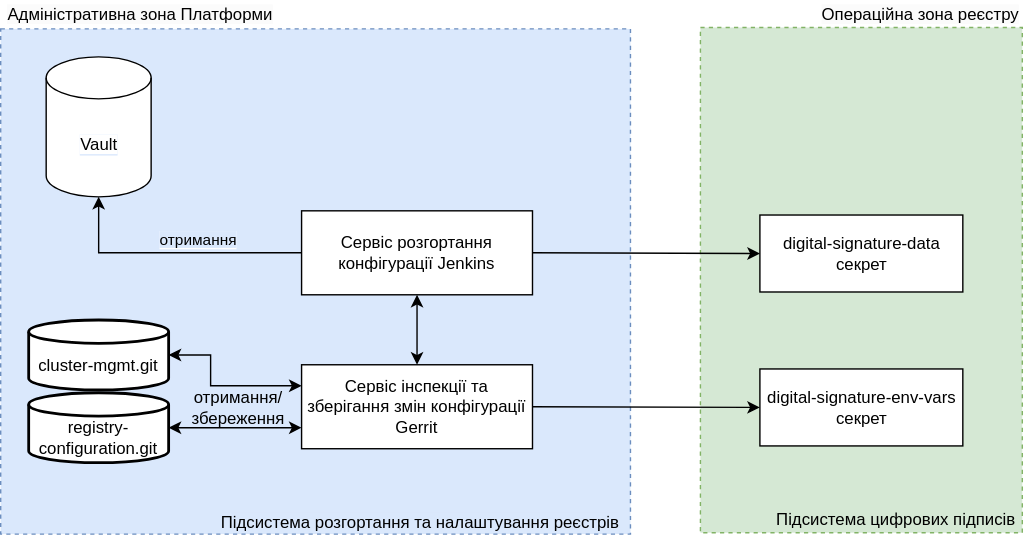
The draw.io diagram docs/en/modules/arch/images/architecture/platform/administrative/config-management/keys-update-config.svg in epam/edp-ddm-architecture, before a commit. Source tidied: cells renumbered, new cells last; positions are measured from the earlier drawing's top-left corner, leaving out a move shared by most shapes. Its diagram source:
```xml
<mxGraphModel>
  <root>
    <mxCell id="0" />
    <mxCell id="1" parent="0" />
    <mxCell id="2" style="rounded=0;whiteSpace=wrap;html=1;fillColor=#d5e8d4;strokeColor=#82b366;dashed=1;" parent="1" vertex="1">
      <mxGeometry x="500" y="19" width="230" height="361" as="geometry" />
    </mxCell>
    <mxCell id="3" style="rounded=0;whiteSpace=wrap;html=1;fillColor=#dae8fc;strokeColor=#6c8ebf;dashed=1;" parent="1" vertex="1">
      <mxGeometry y="20" width="450" height="361" as="geometry" />
    </mxCell>
    <mxCell id="4" value="&lt;br&gt;cluster-mgmt.git" style="strokeWidth=2;html=1;shape=mxgraph.flowchart.database;whiteSpace=wrap;" parent="1" vertex="1">
      <mxGeometry x="20" y="228" width="100" height="50" as="geometry" />
    </mxCell>
    <mxCell id="5" value="&lt;br&gt;registry-configuration.git" style="strokeWidth=2;html=1;shape=mxgraph.flowchart.database;whiteSpace=wrap;" parent="1" vertex="1">
      <mxGeometry x="20" y="280" width="100" height="50" as="geometry" />
    </mxCell>
    <mxCell id="6" value="&lt;span style=&quot;color: rgb(0, 0, 0); font-family: Helvetica; font-size: 12px; font-style: normal; font-variant-ligatures: normal; font-variant-caps: normal; font-weight: 400; letter-spacing: normal; orphans: 2; text-align: center; text-indent: 0px; text-transform: none; widows: 2; word-spacing: 0px; -webkit-text-stroke-width: 0px; text-decoration-thickness: initial; text-decoration-style: initial; text-decoration-color: initial; float: none; display: inline !important; background-color: rgb(218, 232, 252);&quot;&gt;Підсистема розгортання та налаштування реєстрів&lt;/span&gt;" style="text;html=1;strokeColor=none;fillColor=none;align=center;verticalAlign=middle;whiteSpace=wrap;rounded=0;" parent="1" vertex="1">
      <mxGeometry x="150" y="365" width="300" height="16" as="geometry" />
    </mxCell>
    <mxCell id="7" value="Сервіс інспекції та зберігання змін конфігурації Gerrit" style="rounded=0;whiteSpace=wrap;html=1;" parent="1" vertex="1">
      <mxGeometry x="215" y="260" width="165" height="60" as="geometry" />
    </mxCell>
    <mxCell id="8" value="отримання/&lt;br&gt;збереження" style="text;html=1;strokeColor=none;fillColor=none;align=center;verticalAlign=middle;whiteSpace=wrap;rounded=0;" parent="1" vertex="1">
      <mxGeometry x="140" y="275.5" width="60" height="30" as="geometry" />
    </mxCell>
    <mxCell id="9" value="Сервіс розгортання конфігурації Jenkins" style="rounded=0;whiteSpace=wrap;html=1;" parent="1" vertex="1">
      <mxGeometry x="215" y="150" width="165" height="60" as="geometry" />
    </mxCell>
    <mxCell id="10" value="&lt;meta charset=&quot;utf-8&quot;&gt;&lt;span style=&quot;color: rgb(0, 0, 0); font-family: Helvetica; font-size: 12px; font-style: normal; font-variant-ligatures: normal; font-variant-caps: normal; font-weight: 400; letter-spacing: normal; orphans: 2; text-align: center; text-indent: 0px; text-transform: none; widows: 2; word-spacing: 0px; -webkit-text-stroke-width: 0px; background-color: rgb(251, 251, 251); text-decoration-thickness: initial; text-decoration-style: initial; text-decoration-color: initial; float: none; display: inline !important;&quot;&gt;Адміністративна зона Платформи&lt;/span&gt;" style="text;html=1;strokeColor=none;fillColor=none;align=center;verticalAlign=middle;whiteSpace=wrap;rounded=0;" parent="1" vertex="1">
      <mxGeometry width="200" height="19" as="geometry" />
    </mxCell>
    <mxCell id="11" value="&lt;span style=&quot;color: rgb(0, 0, 0); font-family: Helvetica; font-size: 12px; font-style: normal; font-variant-ligatures: normal; font-variant-caps: normal; font-weight: 400; letter-spacing: normal; orphans: 2; text-align: center; text-indent: 0px; text-transform: none; widows: 2; word-spacing: 0px; -webkit-text-stroke-width: 0px; background-color: rgb(251, 251, 251); text-decoration-thickness: initial; text-decoration-style: initial; text-decoration-color: initial; float: none; display: inline !important;&quot;&gt;Операційна зона реєстру&lt;/span&gt;" style="text;html=1;strokeColor=none;fillColor=none;align=center;verticalAlign=middle;whiteSpace=wrap;rounded=0;" parent="1" vertex="1">
      <mxGeometry x="585" width="145" height="19" as="geometry" />
    </mxCell>
    <mxCell id="12" value="&lt;span style=&quot;background-color: rgb(255, 255, 255);&quot;&gt;Vault&lt;/span&gt;" style="shape=cylinder3;whiteSpace=wrap;html=1;boundedLbl=1;backgroundOutline=1;size=15;labelBackgroundColor=#DAE8FC;" parent="1" vertex="1">
      <mxGeometry x="32.5" y="40" width="75" height="100" as="geometry" />
    </mxCell>
    <mxCell id="13" style="endArrow=classic;html=1;rounded=0;exitX=0;exitY=0.5;exitDx=0;exitDy=0;entryX=0.5;entryY=1;entryDx=0;entryDy=0;entryPerimeter=0;" parent="1" edge="1" source="9" target="12">
      <mxGeometry relative="1" as="geometry">
        <Array as="points">
          <mxPoint x="70" y="180" />
        </Array>
      </mxGeometry>
    </mxCell>
    <mxCell id="14" value="&lt;span style=&quot;background-color: rgb(218, 232, 252);&quot;&gt;отримання&lt;/span&gt;" style="edgeLabel;html=1;align=center;verticalAlign=middle;" parent="13" vertex="1">
      <mxGeometry x="0.18" relative="1" as="geometry">
        <mxPoint x="34" y="-10" as="offset" />
      </mxGeometry>
    </mxCell>
    <mxCell id="15" value="Підсистема цифрових підписів" style="text;html=1;strokeColor=none;fillColor=none;align=center;verticalAlign=middle;whiteSpace=wrap;rounded=0;" parent="1" vertex="1">
      <mxGeometry x="550" y="361" width="180" height="19" as="geometry" />
    </mxCell>
    <mxCell id="16" value="digital-signature-data&lt;br&gt;секрет" style="rounded=0;whiteSpace=wrap;html=1;" parent="1" vertex="1">
      <mxGeometry x="542.5" y="153" width="145" height="55" as="geometry" />
    </mxCell>
    <mxCell id="17" value="digital-signature-env-vars&lt;br&gt;секрет" style="rounded=0;whiteSpace=wrap;html=1;" parent="1" vertex="1">
      <mxGeometry x="542.5" y="263" width="145" height="55" as="geometry" />
    </mxCell>
    <mxCell id="18" style="endArrow=classic;html=1;rounded=0;entryX=0;entryY=0.5;entryDx=0;entryDy=0;exitX=1;exitY=0.5;exitDx=0;exitDy=0;" parent="1" edge="1" source="9" target="16">
      <mxGeometry relative="1" as="geometry" />
    </mxCell>
    <mxCell id="19" style="endArrow=classic;html=1;rounded=0;exitX=1;exitY=0.5;exitDx=0;exitDy=0;entryX=0;entryY=0.5;entryDx=0;entryDy=0;" parent="1" edge="1" source="7" target="17">
      <mxGeometry relative="1" as="geometry" />
    </mxCell>
    <mxCell id="20" style="endArrow=classic;startArrow=classic;html=1;rounded=0;entryX=0;entryY=0.25;entryDx=0;entryDy=0;exitX=1;exitY=0.5;exitDx=0;exitDy=0;exitPerimeter=0;" parent="1" edge="1" source="4" target="7">
      <mxGeometry relative="1" as="geometry">
        <Array as="points">
          <mxPoint x="150" y="253" />
          <mxPoint x="150" y="275" />
        </Array>
      </mxGeometry>
    </mxCell>
    <mxCell id="21" style="endArrow=classic;startArrow=classic;html=1;rounded=0;entryX=0;entryY=0.75;entryDx=0;entryDy=0;exitX=1;exitY=0.5;exitDx=0;exitDy=0;exitPerimeter=0;" parent="1" edge="1" source="5" target="7">
      <mxGeometry relative="1" as="geometry" />
    </mxCell>
    <mxCell id="22" style="endArrow=classic;startArrow=classic;html=1;rounded=0;entryX=0.5;entryY=1;entryDx=0;entryDy=0;exitX=0.5;exitY=0;exitDx=0;exitDy=0;" parent="1" edge="1" source="7" target="9">
      <mxGeometry relative="1" as="geometry" />
    </mxCell>
  </root>
</mxGraphModel>
```
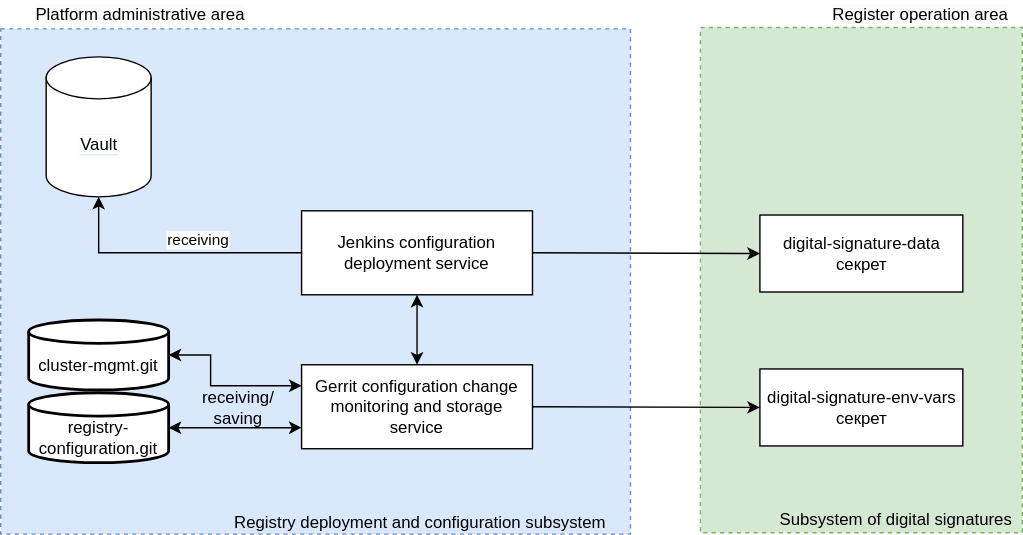
After the change.

Commit message:
[EDP-DDM-27399] Translated keys-update-config.svg and keys-update-subsystem.svg

Diff of the diagram source:
```diff
@@ -14,22 +14,22 @@
     <mxCell id="5" value="&lt;br&gt;registry-configuration.git" style="strokeWidth=2;html=1;shape=mxgraph.flowchart.database;whiteSpace=wrap;" parent="1" vertex="1">
       <mxGeometry x="20" y="280" width="100" height="50" as="geometry" />
     </mxCell>
-    <mxCell id="6" value="&lt;span style=&quot;color: rgb(0, 0, 0); font-family: Helvetica; font-size: 12px; font-style: normal; font-variant-ligatures: normal; font-variant-caps: normal; font-weight: 400; letter-spacing: normal; orphans: 2; text-align: center; text-indent: 0px; text-transform: none; widows: 2; word-spacing: 0px; -webkit-text-stroke-width: 0px; text-decoration-thickness: initial; text-decoration-style: initial; text-decoration-color: initial; float: none; display: inline !important; background-color: rgb(218, 232, 252);&quot;&gt;Підсистема розгортання та налаштування реєстрів&lt;/span&gt;" style="text;html=1;strokeColor=none;fillColor=none;align=center;verticalAlign=middle;whiteSpace=wrap;rounded=0;" parent="1" vertex="1">
+    <mxCell id="6" value="&lt;span style=&quot;color: rgb(0, 0, 0); font-family: Helvetica; font-size: 12px; font-style: normal; font-variant-ligatures: normal; font-variant-caps: normal; font-weight: 400; letter-spacing: normal; orphans: 2; text-align: center; text-indent: 0px; text-transform: none; widows: 2; word-spacing: 0px; -webkit-text-stroke-width: 0px; text-decoration-thickness: initial; text-decoration-style: initial; text-decoration-color: initial; float: none; display: inline !important; background-color: rgb(218, 232, 252);&quot;&gt;Registry deployment and configuration subsystem&lt;/span&gt;" style="text;html=1;strokeColor=none;fillColor=none;align=center;verticalAlign=middle;whiteSpace=wrap;rounded=0;" parent="1" vertex="1">
       <mxGeometry x="150" y="365" width="300" height="16" as="geometry" />
     </mxCell>
-    <mxCell id="7" value="Сервіс інспекції та зберігання змін конфігурації Gerrit" style="rounded=0;whiteSpace=wrap;html=1;" parent="1" vertex="1">
+    <mxCell id="7" value="Gerrit configuration change monitoring and storage service" style="rounded=0;whiteSpace=wrap;html=1;" parent="1" vertex="1">
       <mxGeometry x="215" y="260" width="165" height="60" as="geometry" />
     </mxCell>
-    <mxCell id="8" value="отримання/&lt;br&gt;збереження" style="text;html=1;strokeColor=none;fillColor=none;align=center;verticalAlign=middle;whiteSpace=wrap;rounded=0;" parent="1" vertex="1">
+    <mxCell id="8" value="&lt;div&gt;receiving/&lt;/div&gt;&lt;div&gt;saving&lt;/div&gt;" style="text;html=1;strokeColor=none;fillColor=none;align=center;verticalAlign=middle;whiteSpace=wrap;rounded=0;" parent="1" vertex="1">
       <mxGeometry x="140" y="275.5" width="60" height="30" as="geometry" />
     </mxCell>
-    <mxCell id="9" value="Сервіс розгортання конфігурації Jenkins" style="rounded=0;whiteSpace=wrap;html=1;" parent="1" vertex="1">
+    <mxCell id="9" value="Jenkins configuration deployment service" style="rounded=0;whiteSpace=wrap;html=1;" parent="1" vertex="1">
       <mxGeometry x="215" y="150" width="165" height="60" as="geometry" />
     </mxCell>
-    <mxCell id="10" value="&lt;meta charset=&quot;utf-8&quot;&gt;&lt;span style=&quot;color: rgb(0, 0, 0); font-family: Helvetica; font-size: 12px; font-style: normal; font-variant-ligatures: normal; font-variant-caps: normal; font-weight: 400; letter-spacing: normal; orphans: 2; text-align: center; text-indent: 0px; text-transform: none; widows: 2; word-spacing: 0px; -webkit-text-stroke-width: 0px; background-color: rgb(251, 251, 251); text-decoration-thickness: initial; text-decoration-style: initial; text-decoration-color: initial; float: none; display: inline !important;&quot;&gt;Адміністративна зона Платформи&lt;/span&gt;" style="text;html=1;strokeColor=none;fillColor=none;align=center;verticalAlign=middle;whiteSpace=wrap;rounded=0;" parent="1" vertex="1">
+    <mxCell id="10" value="&lt;span style=&quot;color: rgb(0, 0, 0); font-family: Helvetica; font-size: 12px; font-style: normal; font-variant-ligatures: normal; font-variant-caps: normal; font-weight: 400; letter-spacing: normal; orphans: 2; text-align: center; text-indent: 0px; text-transform: none; widows: 2; word-spacing: 0px; -webkit-text-stroke-width: 0px; background-color: rgb(251, 251, 251); text-decoration-thickness: initial; text-decoration-style: initial; text-decoration-color: initial; float: none; display: inline !important;&quot;&gt;Platform administrative area&lt;/span&gt;" style="text;html=1;strokeColor=none;fillColor=none;align=center;verticalAlign=middle;whiteSpace=wrap;rounded=0;" parent="1" vertex="1">
       <mxGeometry width="200" height="19" as="geometry" />
     </mxCell>
-    <mxCell id="11" value="&lt;span style=&quot;color: rgb(0, 0, 0); font-family: Helvetica; font-size: 12px; font-style: normal; font-variant-ligatures: normal; font-variant-caps: normal; font-weight: 400; letter-spacing: normal; orphans: 2; text-align: center; text-indent: 0px; text-transform: none; widows: 2; word-spacing: 0px; -webkit-text-stroke-width: 0px; background-color: rgb(251, 251, 251); text-decoration-thickness: initial; text-decoration-style: initial; text-decoration-color: initial; float: none; display: inline !important;&quot;&gt;Операційна зона реєстру&lt;/span&gt;" style="text;html=1;strokeColor=none;fillColor=none;align=center;verticalAlign=middle;whiteSpace=wrap;rounded=0;" parent="1" vertex="1">
+    <mxCell id="11" value="&lt;span style=&quot;color: rgb(0, 0, 0); font-family: Helvetica; font-size: 12px; font-style: normal; font-variant-ligatures: normal; font-variant-caps: normal; font-weight: 400; letter-spacing: normal; orphans: 2; text-align: center; text-indent: 0px; text-transform: none; widows: 2; word-spacing: 0px; -webkit-text-stroke-width: 0px; background-color: rgb(251, 251, 251); text-decoration-thickness: initial; text-decoration-style: initial; text-decoration-color: initial; float: none; display: inline !important;&quot;&gt;Register operation area&lt;/span&gt;" style="text;html=1;strokeColor=none;fillColor=none;align=center;verticalAlign=middle;whiteSpace=wrap;rounded=0;" parent="1" vertex="1">
       <mxGeometry x="585" width="145" height="19" as="geometry" />
     </mxCell>
     <mxCell id="12" value="&lt;span style=&quot;background-color: rgb(255, 255, 255);&quot;&gt;Vault&lt;/span&gt;" style="shape=cylinder3;whiteSpace=wrap;html=1;boundedLbl=1;backgroundOutline=1;size=15;labelBackgroundColor=#DAE8FC;" parent="1" vertex="1">
@@ -42,12 +42,12 @@
         </Array>
       </mxGeometry>
     </mxCell>
-    <mxCell id="14" value="&lt;span style=&quot;background-color: rgb(218, 232, 252);&quot;&gt;отримання&lt;/span&gt;" style="edgeLabel;html=1;align=center;verticalAlign=middle;" parent="13" vertex="1">
+    <mxCell id="14" value="receiving" style="edgeLabel;html=1;align=center;verticalAlign=middle;" parent="13" vertex="1">
       <mxGeometry x="0.18" relative="1" as="geometry">
         <mxPoint x="34" y="-10" as="offset" />
       </mxGeometry>
     </mxCell>
-    <mxCell id="15" value="Підсистема цифрових підписів" style="text;html=1;strokeColor=none;fillColor=none;align=center;verticalAlign=middle;whiteSpace=wrap;rounded=0;" parent="1" vertex="1">
+    <mxCell id="15" value="Subsystem of digital signatures" style="text;html=1;strokeColor=none;fillColor=none;align=center;verticalAlign=middle;whiteSpace=wrap;rounded=0;" parent="1" vertex="1">
       <mxGeometry x="550" y="361" width="180" height="19" as="geometry" />
     </mxCell>
     <mxCell id="16" value="digital-signature-data&lt;br&gt;секрет" style="rounded=0;whiteSpace=wrap;html=1;" parent="1" vertex="1">
```
